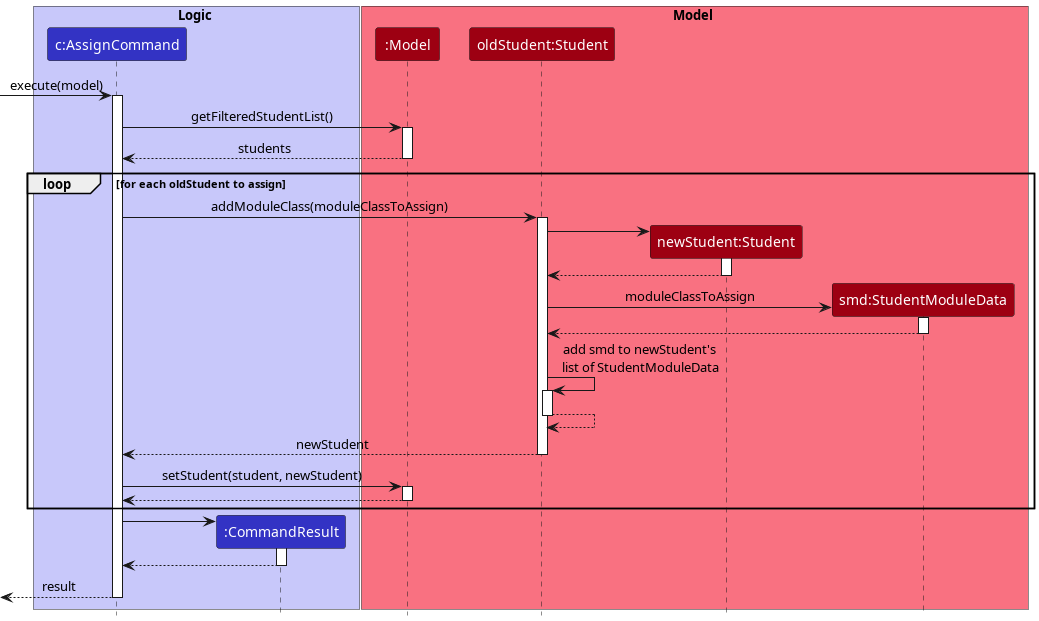
The PlantUML diagram docs/images/AssignCommandSequenceDiagram.png in nus-cs2103-AY2223S1/tp, before a commit.
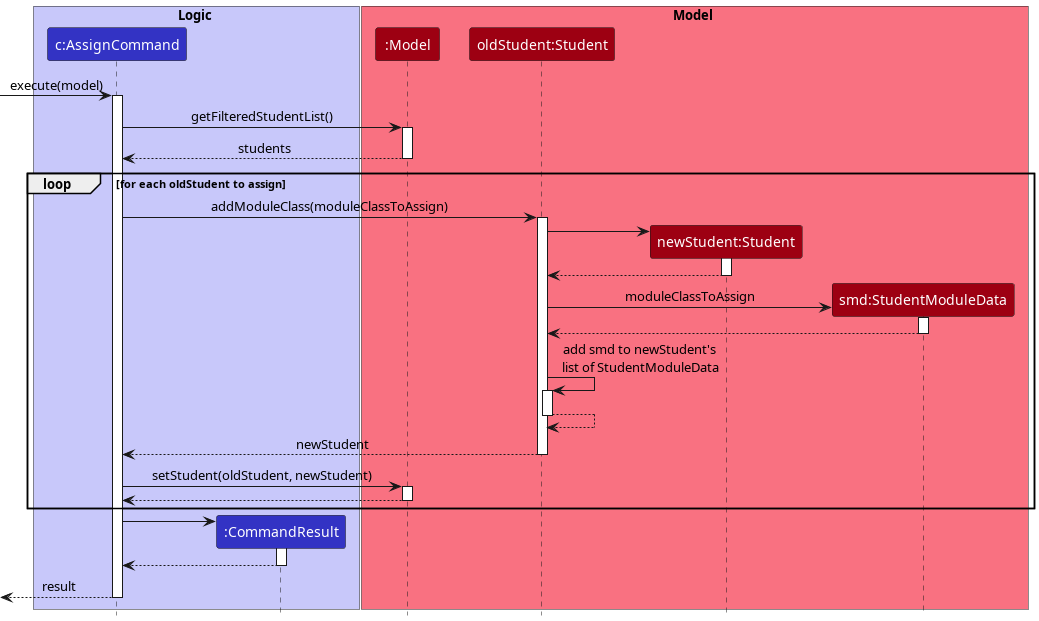
After the change.

Commit message:
DG: fix bugs in sequence diagrams

Change to the diagram source:
```diff
@@ -46,7 +46,7 @@
     Student --> AssignCommand: newStudent
     deactivate Student
 
-    AssignCommand -> Model: setStudent(student, newStudent)
+    AssignCommand -> Model: setStudent(oldStudent, newStudent)
     activate Model
 
     Model --> AssignCommand
```
